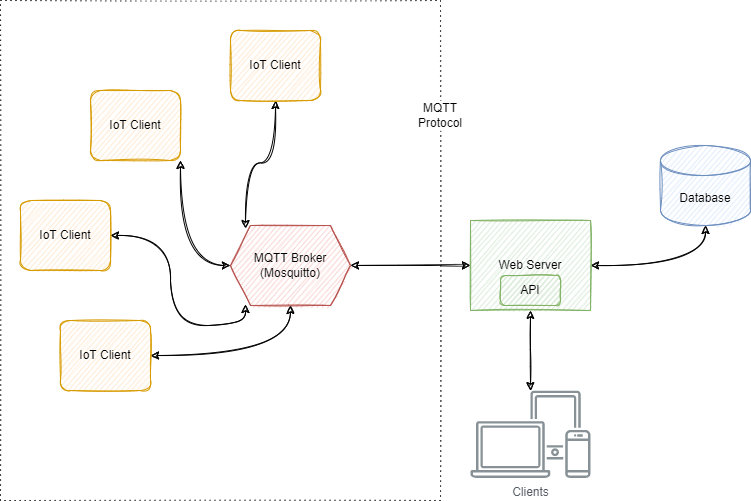
Earlier version of the draw.io export doc/resources/general.drawio.png (alexrcas/octopus). Source tidied: cells renumbered, new cells last; positions are measured from the earlier drawing's top-left corner, leaving out a move shared by most shapes. Its diagram source:
```xml
<mxGraphModel>
  <root>
    <mxCell id="0" />
    <mxCell id="1" parent="0" />
    <mxCell id="2" style="rounded=0;whiteSpace=wrap;html=1;shadow=0;sketch=1;dashed=1;dashPattern=1 4;fillColor=none;" parent="1" vertex="1">
      <mxGeometry width="440" height="500" as="geometry" />
    </mxCell>
    <mxCell id="3" style="edgeStyle=orthogonalEdgeStyle;sketch=1;jettySize=auto;html=1;entryX=0.5;entryY=1;entryDx=0;entryDy=0;entryPerimeter=0;startArrow=classic;startFill=1;curved=1;" parent="1" edge="1" source="5" target="8">
      <mxGeometry relative="1" as="geometry" />
    </mxCell>
    <mxCell id="4" style="edgeStyle=orthogonalEdgeStyle;curved=1;sketch=1;jettySize=auto;html=1;entryX=1;entryY=0.5;entryDx=0;entryDy=0;startArrow=classic;startFill=1;" parent="1" edge="1" source="5" target="7">
      <mxGeometry relative="1" as="geometry" />
    </mxCell>
    <mxCell id="5" value="Web Server" style="rounded=0;whiteSpace=wrap;html=1;sketch=1;fillColor=#d5e8d4;strokeColor=#82b366;" parent="1" vertex="1">
      <mxGeometry x="470" y="220" width="120" height="90" as="geometry" />
    </mxCell>
    <mxCell id="6" style="edgeStyle=orthogonalEdgeStyle;curved=1;sketch=1;jettySize=auto;html=1;entryX=1;entryY=1;entryDx=0;entryDy=0;startArrow=classic;startFill=1;" parent="1" edge="1" source="7" target="9">
      <mxGeometry relative="1" as="geometry" />
    </mxCell>
    <mxCell id="7" value="MQTT Broker&lt;br&gt;(Mosquitto)" style="shape=hexagon;perimeter=hexagonPerimeter2;whiteSpace=wrap;html=1;fixedSize=1;sketch=1;fillColor=#f8cecc;strokeColor=#b85450;" parent="1" vertex="1">
      <mxGeometry x="230" y="225" width="120" height="80" as="geometry" />
    </mxCell>
    <mxCell id="8" value="Database" style="shape=cylinder3;whiteSpace=wrap;html=1;boundedLbl=1;backgroundOutline=1;size=15;sketch=1;fillColor=#dae8fc;strokeColor=#6c8ebf;" parent="1" vertex="1">
      <mxGeometry x="660" y="145" width="90" height="80" as="geometry" />
    </mxCell>
    <mxCell id="9" value="IoT Client" style="rounded=1;whiteSpace=wrap;html=1;sketch=1;fillColor=#ffe6cc;strokeColor=#d79b00;" parent="1" vertex="1">
      <mxGeometry x="90" y="90" width="90" height="70" as="geometry" />
    </mxCell>
    <mxCell id="10" style="edgeStyle=orthogonalEdgeStyle;curved=1;sketch=1;jettySize=auto;html=1;entryX=0.125;entryY=0.038;entryDx=0;entryDy=0;entryPerimeter=0;startArrow=classic;startFill=1;" parent="1" edge="1" source="11" target="7">
      <mxGeometry relative="1" as="geometry" />
    </mxCell>
    <mxCell id="11" value="IoT Client" style="rounded=1;whiteSpace=wrap;html=1;sketch=1;fillColor=#ffe6cc;strokeColor=#d79b00;" parent="1" vertex="1">
      <mxGeometry x="230" y="30" width="90" height="70" as="geometry" />
    </mxCell>
    <mxCell id="12" style="edgeStyle=orthogonalEdgeStyle;curved=1;sketch=1;jettySize=auto;html=1;entryX=0.125;entryY=0.988;entryDx=0;entryDy=0;entryPerimeter=0;startArrow=classic;startFill=1;" parent="1" edge="1" source="13" target="7">
      <mxGeometry relative="1" as="geometry" />
    </mxCell>
    <mxCell id="13" value="IoT Client" style="rounded=1;whiteSpace=wrap;html=1;sketch=1;fillColor=#ffe6cc;strokeColor=#d79b00;" parent="1" vertex="1">
      <mxGeometry x="20" y="200" width="90" height="70" as="geometry" />
    </mxCell>
    <mxCell id="14" style="edgeStyle=orthogonalEdgeStyle;curved=1;sketch=1;jettySize=auto;html=1;entryX=0.5;entryY=1;entryDx=0;entryDy=0;startArrow=classic;startFill=1;" parent="1" edge="1" source="15" target="7">
      <mxGeometry relative="1" as="geometry" />
    </mxCell>
    <mxCell id="15" value="IoT Client" style="rounded=1;whiteSpace=wrap;html=1;sketch=1;fillColor=#ffe6cc;strokeColor=#d79b00;" parent="1" vertex="1">
      <mxGeometry x="60" y="320" width="90" height="70" as="geometry" />
    </mxCell>
    <mxCell id="16" style="edgeStyle=orthogonalEdgeStyle;rounded=0;jettySize=auto;html=1;entryX=0.5;entryY=1;entryDx=0;entryDy=0;startArrow=classic;startFill=1;sketch=1;" parent="1" edge="1" source="17" target="5">
      <mxGeometry relative="1" as="geometry" />
    </mxCell>
    <mxCell id="17" value="Clients" style="sketch=0;outlineConnect=0;gradientColor=none;fontColor=#545B64;strokeColor=none;fillColor=#879196;dashed=0;verticalLabelPosition=bottom;verticalAlign=top;align=center;html=1;fontSize=12;fontStyle=0;shape=mxgraph.aws4.illustration_devices;" parent="1" vertex="1">
      <mxGeometry x="470" y="390" width="120" height="87.6" as="geometry" />
    </mxCell>
    <mxCell id="18" value="API" style="rounded=1;whiteSpace=wrap;html=1;sketch=1;fillColor=#d5e8d4;strokeColor=#82b366;shadow=0;" parent="1" vertex="1">
      <mxGeometry x="500" y="275" width="60" height="30" as="geometry" />
    </mxCell>
    <mxCell id="19" value="MQTT Protocol" style="text;html=1;strokeColor=none;fillColor=default;align=center;verticalAlign=middle;whiteSpace=wrap;rounded=0;shadow=0;dashed=1;dashPattern=1 4;sketch=1;" parent="1" vertex="1">
      <mxGeometry x="410" y="100" width="60" height="30" as="geometry" />
    </mxCell>
  </root>
</mxGraphModel>
```
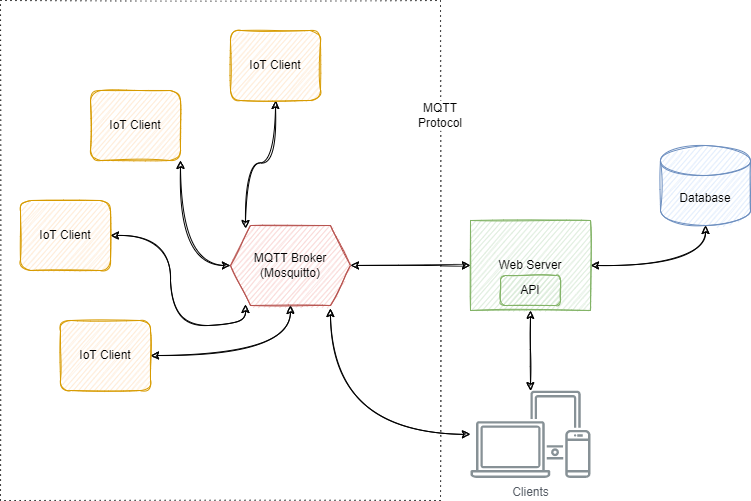
Later version of the same file.

Commit message:
Corregir diagrama

What changed in the source:
```diff
@@ -47,6 +47,9 @@
     <mxCell id="16" style="edgeStyle=orthogonalEdgeStyle;rounded=0;jettySize=auto;html=1;entryX=0.5;entryY=1;entryDx=0;entryDy=0;startArrow=classic;startFill=1;sketch=1;" parent="1" edge="1" source="17" target="5">
       <mxGeometry relative="1" as="geometry" />
     </mxCell>
+    <mxCell id="20" style="edgeStyle=orthogonalEdgeStyle;jettySize=auto;html=1;entryX=0.833;entryY=1.038;entryDx=0;entryDy=0;curved=1;sketch=1;entryPerimeter=0;startArrow=classic;startFill=1;" parent="1" edge="1" source="17" target="7">
+      <mxGeometry relative="1" as="geometry" />
+    </mxCell>
     <mxCell id="17" value="Clients" style="sketch=0;outlineConnect=0;gradientColor=none;fontColor=#545B64;strokeColor=none;fillColor=#879196;dashed=0;verticalLabelPosition=bottom;verticalAlign=top;align=center;html=1;fontSize=12;fontStyle=0;shape=mxgraph.aws4.illustration_devices;" parent="1" vertex="1">
       <mxGeometry x="470" y="390" width="120" height="87.6" as="geometry" />
     </mxCell>
```
